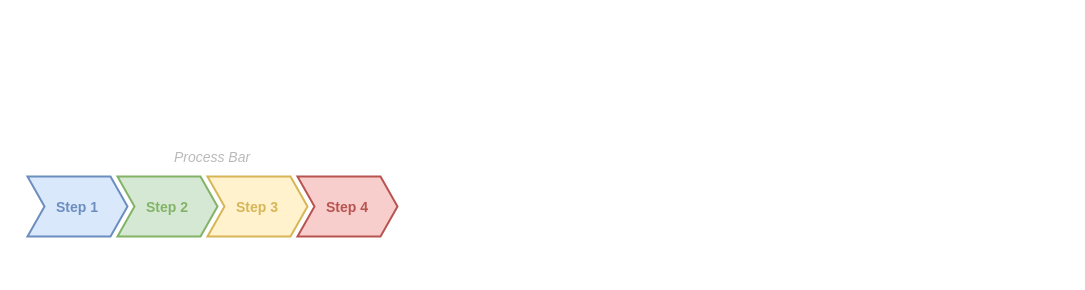
This is ERP.drawio from Seb7421/AI-project-diagrams, a draw.io file, before an edit. Source tidied: cells renumbered, new cells numbered last; positions are measured from the earlier drawing's top-left corner, leaving out a move shared by most shapes. Both pictures are drawn from the tidied source at 100%, with x=0, y=0 at pixel (17, 146).
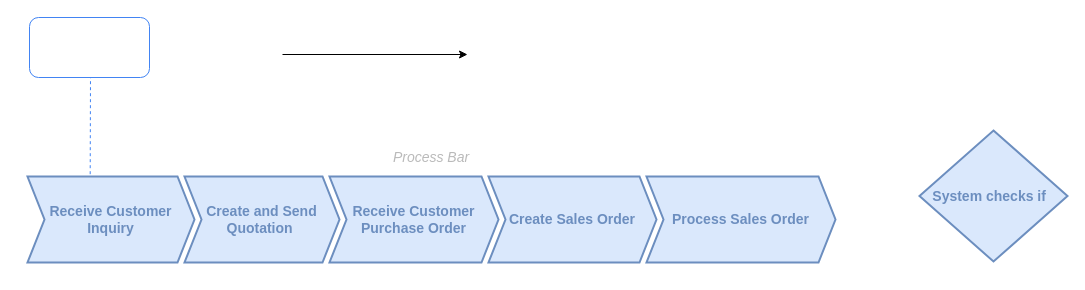
Above is the later version.

Change to the diagram source:
```diff
@@
 <mxGraphModel>
   <root>
     <mxCell id="0" />
     <mxCell id="1" parent="0" />
     <mxCell id="2" value="Process Bar" style="swimlane;fontStyle=2;horizontal=1;startSize=20;fillColor=none;swimlaneFillColor=none;strokeColor=none;fontFamily=Helvetica;fontSize=14;fontColor=#BABABA;verticalAlign=middle;stackBorder=10;" parent="1" vertex="1">
-      <mxGeometry width="390" height="100" as="geometry" />
+      <mxGeometry width="828" height="126" as="geometry" />
     </mxCell>
-    <mxCell id="3" value="Step 1" style="shape=step;perimeter=stepPerimeter;strokeColor=#6C8EBF;fontFamily=Helvetica;fontSize=14;fontColor=#6C8EBF;fillColor=#dae8fc;fixedSize=1;size=17;fontStyle=1;strokeWidth=2;spacingTop=0;" parent="2" vertex="1">
-      <mxGeometry x="10" y="30" width="100" height="60" as="geometry" />
+    <mxCell id="3" value="Receive Customer Inquiry" style="shape=step;perimeter=stepPerimeter;strokeColor=#6C8EBF;fontFamily=Helvetica;fontSize=14;fontColor=#6C8EBF;fillColor=#dae8fc;fixedSize=1;size=17;fontStyle=1;strokeWidth=2;spacingTop=0;align=center;horizontal=1;verticalAlign=middle;whiteSpace=wrap;" parent="2" vertex="1">
+      <mxGeometry x="10" y="30" width="167" height="86" as="geometry" />
     </mxCell>
-    <mxCell id="4" value="Step 2" style="shape=step;perimeter=stepPerimeter;strokeColor=#82B366;fontFamily=Helvetica;fontSize=14;fontColor=#82B366;fillColor=#d5e8d4;fixedSize=1;size=17;fontStyle=1;strokeWidth=2;spacingTop=0;" parent="2" vertex="1">
-      <mxGeometry x="100" y="30" width="100" height="60" as="geometry" />
-    </mxCell>
-    <mxCell id="5" value="Step 3" style="shape=step;perimeter=stepPerimeter;strokeColor=#D6B656;fontFamily=Helvetica;fontSize=14;fontColor=#D6B656;fillColor=#fff2cc;fixedSize=1;size=17;fontStyle=1;strokeWidth=2;spacingTop=0;" parent="2" vertex="1">
-      <mxGeometry x="190" y="30" width="100" height="60" as="geometry" />
-    </mxCell>
-    <mxCell id="6" value="Step 4" style="shape=step;perimeter=stepPerimeter;strokeColor=#B85450;fontFamily=Helvetica;fontSize=14;fontColor=#B85450;fillColor=#f8cecc;fixedSize=1;size=17;fontStyle=1;strokeWidth=2;spacingTop=0;" parent="2" vertex="1">
-      <mxGeometry x="280" y="30" width="100" height="60" as="geometry" />
-    </mxCell>
+    <mxCell id="7" value="Create and Send Quotation " style="shape=step;perimeter=stepPerimeter;strokeColor=#6C8EBF;fontFamily=Helvetica;fontSize=14;fontColor=#6C8EBF;fillColor=#dae8fc;fixedSize=1;size=17;fontStyle=1;strokeWidth=2;spacingTop=0;whiteSpace=wrap;" parent="2" vertex="1">
+      <mxGeometry x="167" y="30" width="155" height="86" as="geometry" />
+    </mxCell>
+    <mxCell id="8" value="Receive Customer Purchase Order" style="shape=step;perimeter=stepPerimeter;strokeColor=#6C8EBF;fontFamily=Helvetica;fontSize=14;fontColor=#6C8EBF;fillColor=#dae8fc;fixedSize=1;size=17;fontStyle=1;strokeWidth=2;spacingTop=0;whiteSpace=wrap;" parent="2" vertex="1">
+      <mxGeometry x="312" y="30" width="169" height="86" as="geometry" />
+    </mxCell>
+    <mxCell id="9" value="Create Sales Order" style="shape=step;perimeter=stepPerimeter;strokeColor=#6C8EBF;fontFamily=Helvetica;fontSize=14;fontColor=#6C8EBF;fillColor=#dae8fc;fixedSize=1;size=17;fontStyle=1;strokeWidth=2;spacingTop=0;whiteSpace=wrap;" parent="2" vertex="1">
+      <mxGeometry x="471" y="30" width="168" height="86" as="geometry" />
+    </mxCell>
+    <mxCell id="10" value="Process Sales Order" style="shape=step;perimeter=stepPerimeter;strokeColor=#6C8EBF;fontFamily=Helvetica;fontSize=14;fontColor=#6C8EBF;fillColor=#dae8fc;fixedSize=1;size=17;fontStyle=1;strokeWidth=2;spacingTop=0;whiteSpace=wrap;" parent="2" vertex="1">
+      <mxGeometry x="629" y="30" width="189" height="86" as="geometry" />
+    </mxCell>
+    <mxCell id="11" value="&lt;font color=&quot;#6c8ebf&quot;&gt;&lt;span style=&quot;font-size: 14px;&quot;&gt;&lt;b&gt;System checks if&amp;nbsp;&amp;nbsp;&lt;/b&gt;&lt;/span&gt;&lt;/font&gt;" style="rhombus;whiteSpace=wrap;html=1;fillColor=#dae8fc;strokeColor=#6c8ebf;strokeWidth=2;" parent="1" vertex="1">
+      <mxGeometry x="902" y="-16" width="148" height="131" as="geometry" />
+    </mxCell>
+    <mxCell id="12" style="edgeStyle=orthogonalEdgeStyle;rounded=0;orthogonalLoop=1;jettySize=auto;html=1;" parent="1" edge="1">
+      <mxGeometry relative="1" as="geometry">
+        <mxPoint x="265" y="-92" as="sourcePoint" />
+        <mxPoint x="450" y="-92" as="targetPoint" />
+      </mxGeometry>
+    </mxCell>
+    <mxCell id="13" style="endArrow=none;dashed=1;html=1;rounded=0;exitX=0.549;exitY=-0.004;exitDx=0;exitDy=0;exitPerimeter=0;fontColor=default;labelBackgroundColor=default;strokeColor=#4284F3;" parent="1" edge="1">
+      <mxGeometry relative="1" as="geometry">
+        <mxPoint x="72.7" y="27.7" as="sourcePoint" />
+        <mxPoint x="73" y="-69" as="targetPoint" />
+      </mxGeometry>
+    </mxCell>
+    <mxCell id="14" style="rounded=1;whiteSpace=wrap;html=1;strokeColor=#4284F3;" parent="1" vertex="1">
+      <mxGeometry x="12" y="-129" width="120" height="60" as="geometry" />
+    </mxCell>
   </root>
 </mxGraphModel>
```
